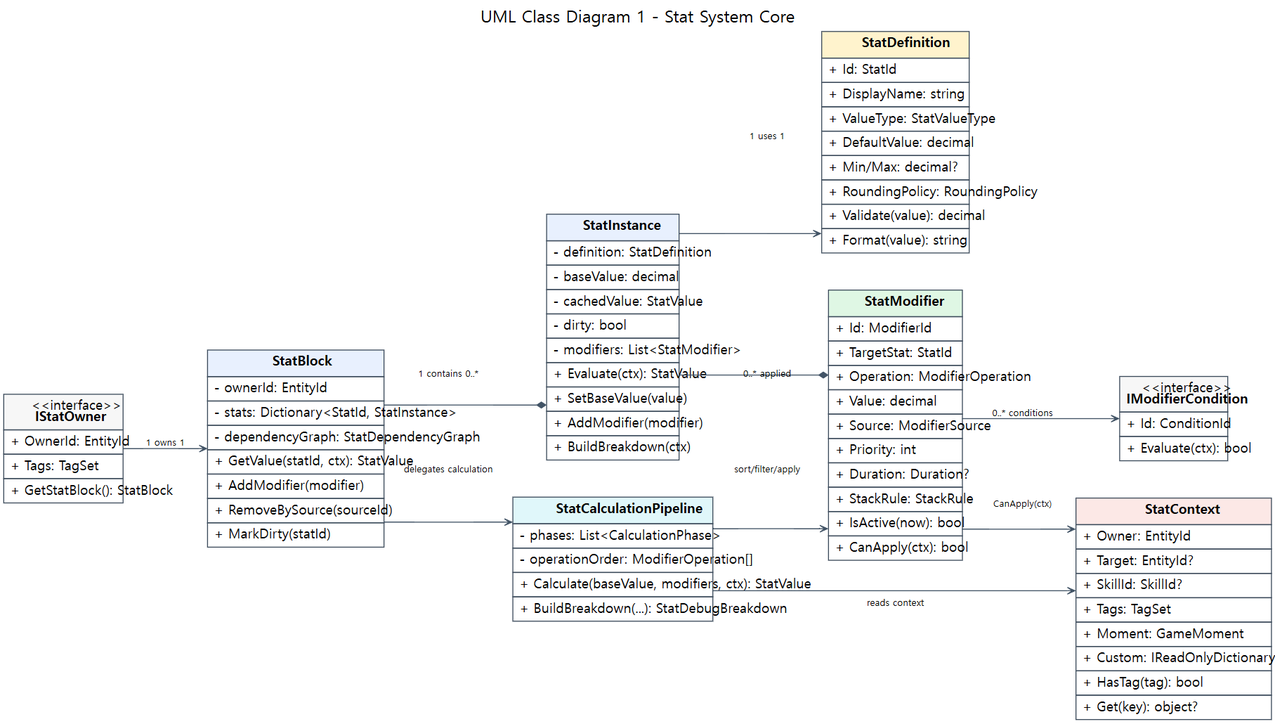
JY-LemongO/game-system-framework-knowledge-site keeps this Graphviz diagram as assets/diagrams/01_core_class_diagram.png. Above is the earlier version. Its source is kept beside it as source/diagrams/01_core_class_diagram.dot.
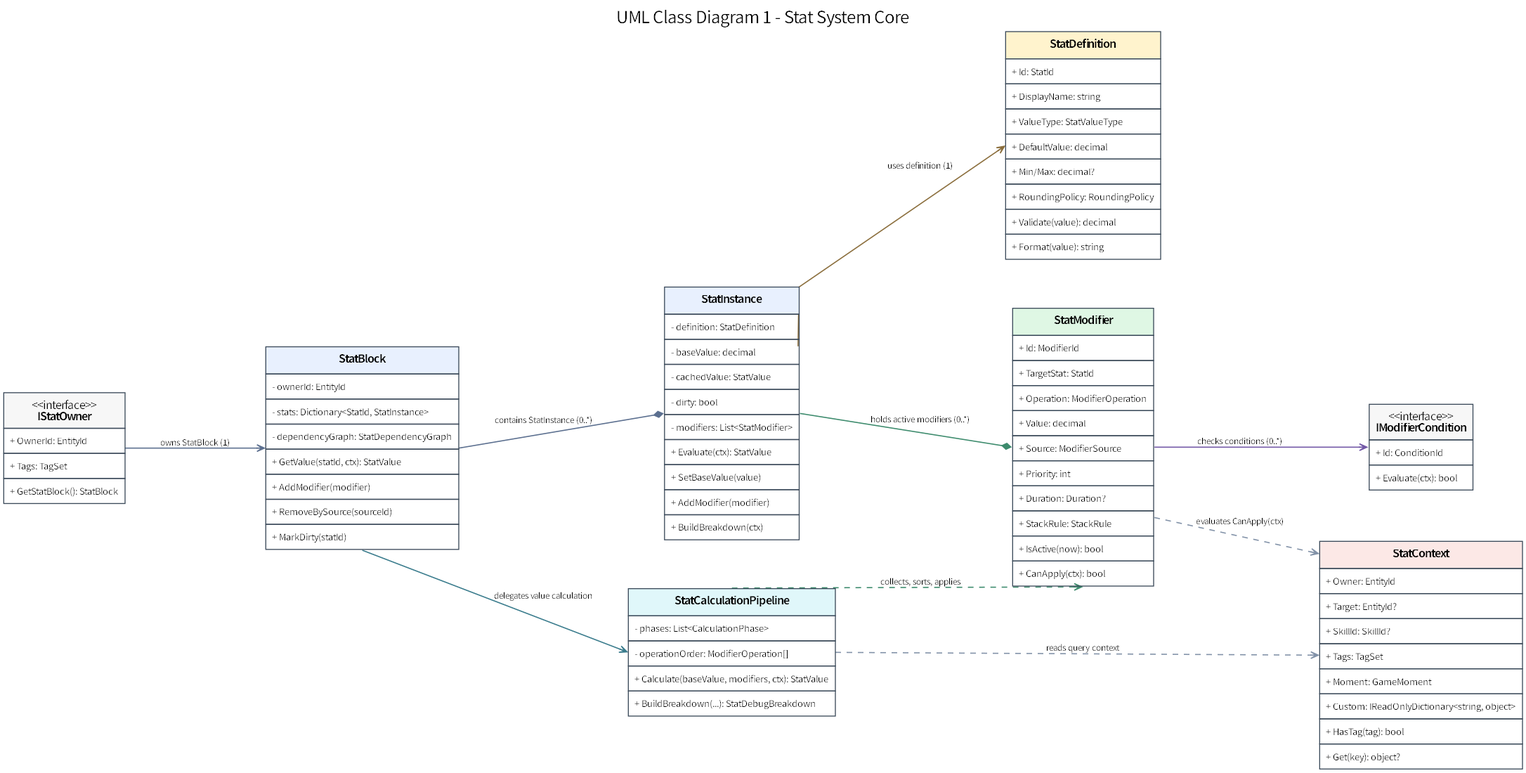
Later version of the same file.

Diff of the diagram source:
```diff
@@ -1,7 +1,7 @@
 digraph CoreClassDiagram {
-	graph [bgcolor=white fontname="Noto Sans CJK KR" fontsize=18 label="UML Class Diagram 1 - Stat System Core" labelloc=t nodesep=0.55 rankdir=LR ranksep=0.75 splines=ortho]
-	node [fontname="Noto Sans CJK KR" shape=plain]
-	edge [arrowsize=0.8 color="#425466" fontname="Noto Sans CJK KR" fontsize=10]
+	graph [bgcolor=white fontname="Noto Sans KR" fontsize=18 label="UML Class Diagram 1 - Stat System Core" labelloc=t nodesep=0.72 outputorder=edgesfirst rankdir=LR ranksep=1.05 splines=polyline]
+	node [fontname="Noto Sans KR" shape=plain]
+	edge [arrowsize=0.8 color="#425466" fontname="Noto Sans KR" fontsize=9 penwidth=1.2]
 	IStatOwner [label=<
 <TABLE BORDER="0" CELLBORDER="1" CELLSPACING="0" CELLPADDING="6" COLOR="#3B4A5A">
 <TR><TD BGCOLOR="#F7F7F7"><FONT POINT-SIZE="12">&lt;&lt;interface&gt;&gt;<BR/><B>IStatOwner</B></FONT></TD></TR>
@@ -58,13 +58,13 @@
 <TR><TD ALIGN="LEFT"><FONT POINT-SIZE="10">+ Calculate(baseValue, modifiers, ctx): StatValue</FONT></TD></TR><TR><TD ALIGN="LEFT"><FONT POINT-SIZE="10">+ BuildBreakdown(...): StatDebugBreakdown</FONT></TD></TR>
 </TABLE>
 >]
-	IStatOwner -> StatBlock [label="1 owns 1" arrowhead=vee]
-	StatBlock -> StatInstance [label="1 contains 0..*" arrowhead=diamond]
-	StatInstance -> StatDefinition [label="1 uses 1" arrowhead=vee]
-	StatInstance -> StatModifier [label="0..* applied" arrowhead=diamond]
-	StatModifier -> IModifierCondition [label="0..* conditions" arrowhead=vee]
-	StatBlock -> CalculationPipeline [label="delegates calculation" arrowhead=vee]
-	CalculationPipeline -> StatContext [label="reads context" arrowhead=vee]
-	StatModifier -> StatContext [label="CanApply(ctx)" arrowhead=vee]
-	CalculationPipeline -> StatModifier [label="sort/filter/apply" arrowhead=vee]
+	IStatOwner:e -> StatBlock:w [label="owns StatBlock (1)" arrowhead=vee color="#5B6F8F"]
+	StatBlock:e -> StatInstance:w [label="contains StatInstance (0..*)" arrowhead=diamond color="#5B6F8F"]
+	StatInstance:ne -> StatDefinition:w [label="uses definition (1)" arrowhead=vee color="#8A6D3B"]
+	StatInstance:e -> StatModifier:w [label="holds active modifiers (0..*)" arrowhead=diamond color="#3D8B6D"]
+	StatModifier:e -> IModifierCondition:w [label="checks conditions (0..*)" arrowhead=vee color="#7257A6"]
+	StatBlock:s -> CalculationPipeline:w [label="delegates value calculation" arrowhead=vee color="#397B8C"]
+	CalculationPipeline:e -> StatContext:w [label="reads query context" arrowhead=vee color="#8292A8" style=dashed]
+	StatModifier:se -> StatContext:nw [label="evaluates CanApply(ctx)" arrowhead=vee color="#8292A8" style=dashed]
+	CalculationPipeline:n -> StatModifier:s [label="collects, sorts, applies" arrowhead=vee color="#3D8B6D" style=dashed]
 }
```
